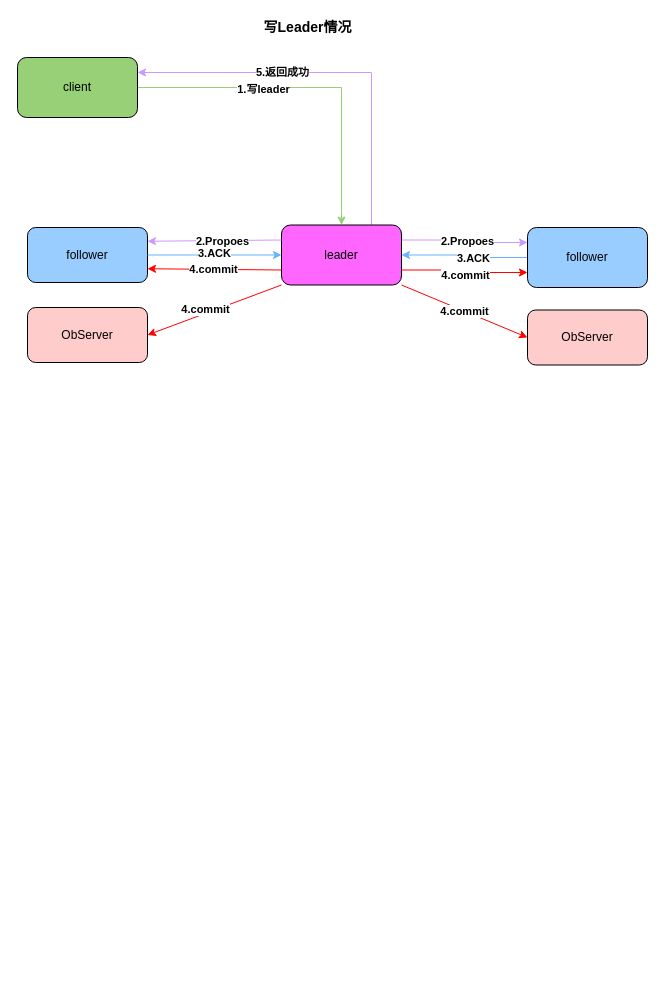
Before: file/ZAB.drawio in Gwx1211/drawio, a draw.io diagram. Source tidied: cells renumbered, new cells numbered last; positions are measured from the earlier drawing's top-left corner, leaving out a move shared by most shapes. Both pictures are drawn from the tidied source at 100%, with x=0, y=0 at pixel (17, 17).
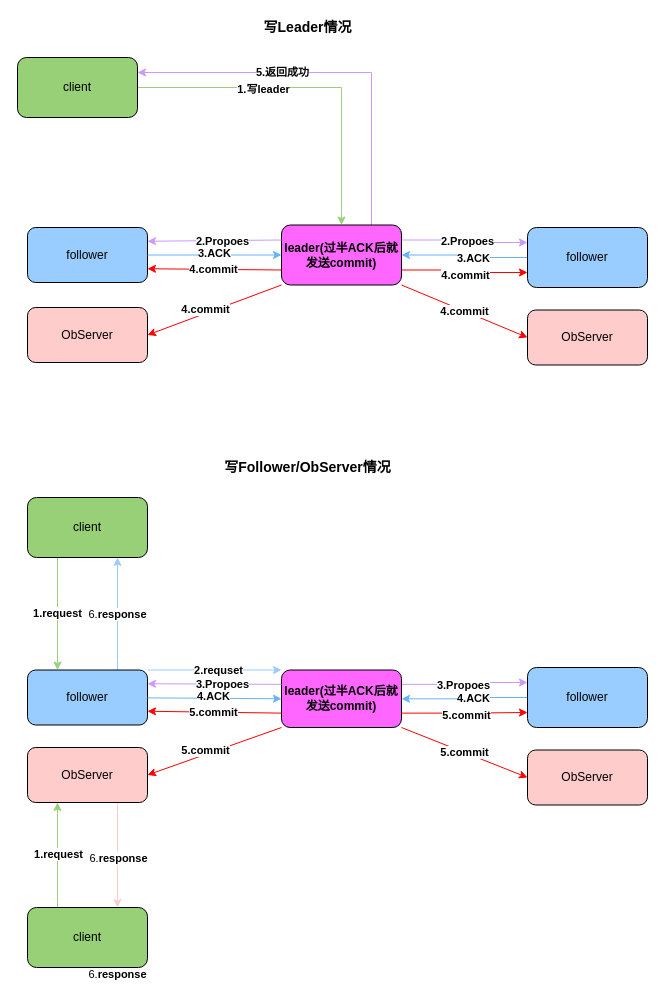
The same page after the edit.

The edit, as a diff of the source:
```diff
@@
-    <mxCell id="13" value="leader" style="rounded=1;whiteSpace=wrap;html=1;fillColor=#FF66FF;" parent="1" vertex="1">
+    <mxCell id="13" value="&lt;b&gt;leader(过半ACK后就发送commit)&lt;/b&gt;" style="rounded=1;whiteSpace=wrap;html=1;fillColor=#FF66FF;" parent="1" vertex="1">
       <mxGeometry x="264" y="207.5" width="120" height="60" as="geometry" />
     </mxCell>
@@
+    <mxCell id="28" style="edgeStyle=orthogonalEdgeStyle;rounded=0;jettySize=auto;html=1;fillColor=#99CCFF;strokeColor=#66B2FF;" parent="1" edge="1" source="30" target="35">
+      <mxGeometry relative="1" as="geometry" />
+    </mxCell>
+    <mxCell id="29" value="&lt;b&gt;4.ACK&lt;/b&gt;" style="edgeLabel;html=1;align=center;verticalAlign=middle;" parent="28" vertex="1">
+      <mxGeometry x="-0.14" relative="1" as="geometry" />
+    </mxCell>
+    <mxCell id="30" value="follower" style="rounded=1;whiteSpace=wrap;html=1;fillColor=#99CCFF;" parent="1" vertex="1">
+      <mxGeometry x="510" y="650" width="120" height="60" as="geometry" />
+    </mxCell>
+    <mxCell id="31" style="edgeStyle=orthogonalEdgeStyle;rounded=0;jettySize=auto;html=1;exitX=1;exitY=0.25;exitDx=0;exitDy=0;entryX=0;entryY=0.25;entryDx=0;entryDy=0;strokeColor=#CC99FF;" parent="1" edge="1" source="35" target="30">
+      <mxGeometry relative="1" as="geometry" />
+    </mxCell>
+    <mxCell id="32" value="&lt;b&gt;3.Propoes&lt;/b&gt;" style="edgeLabel;html=1;align=center;verticalAlign=middle;" parent="31" vertex="1">
+      <mxGeometry x="-0.02" y="2" relative="1" as="geometry">
+        <mxPoint y="1" as="offset" />
+      </mxGeometry>
+    </mxCell>
+    <mxCell id="33" style="edgeStyle=orthogonalEdgeStyle;rounded=0;jettySize=auto;html=1;exitX=1;exitY=0.75;exitDx=0;exitDy=0;entryX=0;entryY=0.75;entryDx=0;entryDy=0;strokeColor=#FF0000;" parent="1" edge="1" source="35" target="30">
+      <mxGeometry relative="1" as="geometry" />
+    </mxCell>
+    <mxCell id="34" value="&lt;b&gt;5.commit&lt;/b&gt;" style="edgeLabel;html=1;align=center;verticalAlign=middle;" parent="33" vertex="1">
+      <mxGeometry x="0.02" y="-1" relative="1" as="geometry">
+        <mxPoint y="1" as="offset" />
+      </mxGeometry>
+    </mxCell>
+    <mxCell id="35" value="&lt;b&gt;leader(过半ACK后就发送commit)&lt;/b&gt;" style="rounded=1;whiteSpace=wrap;html=1;fillColor=#FF66FF;" parent="1" vertex="1">
+      <mxGeometry x="264" y="652.5" width="120" height="57.5" as="geometry" />
+    </mxCell>
+    <mxCell id="36" style="edgeStyle=orthogonalEdgeStyle;rounded=0;jettySize=auto;html=1;exitX=0.75;exitY=0;exitDx=0;exitDy=0;entryX=0.75;entryY=1;entryDx=0;entryDy=0;strokeColor=#99CCFF;fillColor=#99CCFF;" parent="1" edge="1" source="40" target="56">
+      <mxGeometry relative="1" as="geometry" />
+    </mxCell>
+    <mxCell id="37" value="6.&lt;b&gt;response&lt;/b&gt;" style="edgeLabel;html=1;align=center;verticalAlign=middle;" parent="36" vertex="1">
+      <mxGeometry x="-0.01" y="1" relative="1" as="geometry" />
+    </mxCell>
+    <mxCell id="38" style="edgeStyle=orthogonalEdgeStyle;rounded=0;jettySize=auto;html=1;exitX=1;exitY=0;exitDx=0;exitDy=0;entryX=0;entryY=0;entryDx=0;entryDy=0;strokeColor=#99CCFF;fillColor=#99CCFF;" parent="1" edge="1" source="40" target="35">
+      <mxGeometry relative="1" as="geometry">
+        <Array as="points">
+          <mxPoint x="264" y="653" />
+        </Array>
+      </mxGeometry>
+    </mxCell>
+    <mxCell id="39" value="&lt;b&gt;2.requset&lt;/b&gt;" style="edgeLabel;html=1;align=center;verticalAlign=middle;" parent="38" vertex="1">
+      <mxGeometry x="-0.18" y="1" relative="1" as="geometry">
+        <mxPoint x="15" y="1" as="offset" />
+      </mxGeometry>
+    </mxCell>
+    <mxCell id="40" value="follower" style="rounded=1;whiteSpace=wrap;html=1;fillColor=#99CCFF;" parent="1" vertex="1">
+      <mxGeometry x="10" y="652.5" width="120" height="55" as="geometry" />
+    </mxCell>
+    <mxCell id="41" style="endArrow=classic;html=1;exitX=0;exitY=0.25;exitDx=0;exitDy=0;entryX=1;entryY=0.25;entryDx=0;entryDy=0;strokeColor=#CC99FF;" parent="1" edge="1" source="35" target="40">
+      <mxGeometry relative="1" as="geometry" />
+    </mxCell>
+    <mxCell id="42" value="&lt;b&gt;3.Propoes&lt;/b&gt;" style="edgeLabel;html=1;align=center;verticalAlign=middle;" parent="41" vertex="1">
+      <mxGeometry x="-0.1" relative="1" as="geometry" />
+    </mxCell>
+    <mxCell id="43" style="endArrow=classic;html=1;entryX=0;entryY=0.5;entryDx=0;entryDy=0;fillColor=#99CCFF;strokeColor=#66B2FF;" parent="1" edge="1" source="40" target="35">
+      <mxGeometry relative="1" as="geometry" />
+    </mxCell>
+    <mxCell id="44" value="&lt;b&gt;4.ACK&lt;/b&gt;" style="edgeLabel;html=1;align=center;verticalAlign=middle;" parent="43" vertex="1">
+      <mxGeometry x="-0.02" y="-3" relative="1" as="geometry">
+        <mxPoint y="-5" as="offset" />
+      </mxGeometry>
+    </mxCell>
+    <mxCell id="45" style="endArrow=classic;html=1;entryX=1;entryY=0.75;entryDx=0;entryDy=0;exitX=0;exitY=0.75;exitDx=0;exitDy=0;fillColor=#FF6666;strokeColor=#FF0000;" parent="1" edge="1" source="35" target="40">
+      <mxGeometry relative="1" as="geometry" />
+    </mxCell>
+    <mxCell id="46" value="&lt;b&gt;5.commit&lt;/b&gt;" style="edgeLabel;html=1;align=center;verticalAlign=middle;" parent="45" vertex="1">
+      <mxGeometry x="0.03" relative="1" as="geometry" />
+    </mxCell>
+    <mxCell id="47" style="edgeStyle=orthogonalEdgeStyle;rounded=0;jettySize=auto;html=1;exitX=0.75;exitY=1;exitDx=0;exitDy=0;entryX=0.75;entryY=0;entryDx=0;entryDy=0;strokeColor=#FFCCCC;fillColor=#FFCCCC;" parent="1" edge="1" source="49" target="60">
+      <mxGeometry relative="1" as="geometry" />
+    </mxCell>
+    <mxCell id="48" value="6.&lt;b&gt;response&lt;/b&gt;" style="edgeLabel;html=1;align=center;verticalAlign=middle;" parent="47" vertex="1">
+      <mxGeometry x="0.05" relative="1" as="geometry" />
+    </mxCell>
+    <mxCell id="49" value="ObServer" style="rounded=1;whiteSpace=wrap;html=1;fillColor=#FFCCCC;" parent="1" vertex="1">
+      <mxGeometry x="10" y="730" width="120" height="55" as="geometry" />
+    </mxCell>
+    <mxCell id="50" value="ObServer" style="rounded=1;whiteSpace=wrap;html=1;fillColor=#FFCCCC;" parent="1" vertex="1">
+      <mxGeometry x="510" y="732.5" width="120" height="55" as="geometry" />
+    </mxCell>
+    <mxCell id="51" style="endArrow=classic;html=1;exitX=0;exitY=1;exitDx=0;exitDy=0;entryX=1;entryY=0.5;entryDx=0;entryDy=0;strokeColor=#FF0000;" parent="1" edge="1" source="35" target="49">
+      <mxGeometry relative="1" as="geometry" />
+    </mxCell>
+    <mxCell id="52" value="&lt;b&gt;5.commit&lt;/b&gt;" style="edgeLabel;html=1;align=center;verticalAlign=middle;" parent="51" vertex="1">
+      <mxGeometry x="0.12" y="-4" relative="1" as="geometry" />
+    </mxCell>
+    <mxCell id="53" value="&lt;b&gt;5.commit&lt;/b&gt;" style="endArrow=classic;html=1;exitX=1;exitY=1;exitDx=0;exitDy=0;entryX=0;entryY=0.5;entryDx=0;entryDy=0;strokeColor=#FF0000;" parent="1" edge="1" source="35" target="50">
+      <mxGeometry relative="1" as="geometry" />
+    </mxCell>
+    <mxCell id="54" value="&lt;font style=&quot;font-size: 14px&quot;&gt;&lt;b&gt;写Follower/ObServer情况&lt;/b&gt;&lt;/font&gt;" style="text;html=1;align=center;verticalAlign=middle;strokeColor=none;fillColor=none;" parent="1" vertex="1">
+      <mxGeometry x="200" y="440" width="180" height="20" as="geometry" />
+    </mxCell>
+    <mxCell id="55" value="&lt;b&gt;1.request&lt;/b&gt;" style="edgeStyle=orthogonalEdgeStyle;rounded=0;jettySize=auto;html=1;exitX=0.25;exitY=1;exitDx=0;exitDy=0;entryX=0.25;entryY=0;entryDx=0;entryDy=0;strokeColor=#97D077;fillColor=#99CCFF;" parent="1" edge="1" source="56" target="40">
+      <mxGeometry relative="1" as="geometry" />
+    </mxCell>
+    <mxCell id="56" value="client" style="rounded=1;whiteSpace=wrap;html=1;fillColor=#97D077;" parent="1" vertex="1">
+      <mxGeometry x="10" y="480" width="120" height="60" as="geometry" />
+    </mxCell>
+    <mxCell id="57" value="6.&lt;b&gt;response&lt;/b&gt;" style="edgeLabel;html=1;align=center;verticalAlign=middle;" parent="1" vertex="1">
+      <mxGeometry x="99" y="956.6" as="geometry" />
+    </mxCell>
+    <mxCell id="58" style="edgeStyle=orthogonalEdgeStyle;rounded=0;jettySize=auto;html=1;exitX=0.25;exitY=0;exitDx=0;exitDy=0;entryX=0.25;entryY=1;entryDx=0;entryDy=0;strokeColor=#97D077;fillColor=#99CCFF;" parent="1" edge="1" source="60" target="49">
+      <mxGeometry relative="1" as="geometry" />
+    </mxCell>
+    <mxCell id="59" value="&lt;b&gt;1.request&lt;/b&gt;" style="edgeLabel;html=1;align=center;verticalAlign=middle;" parent="58" vertex="1">
+      <mxGeometry x="0.03" relative="1" as="geometry" />
+    </mxCell>
+    <mxCell id="60" value="client" style="rounded=1;whiteSpace=wrap;html=1;fillColor=#97D077;" parent="1" vertex="1">
+      <mxGeometry x="10" y="890" width="120" height="60" as="geometry" />
+    </mxCell>
```
